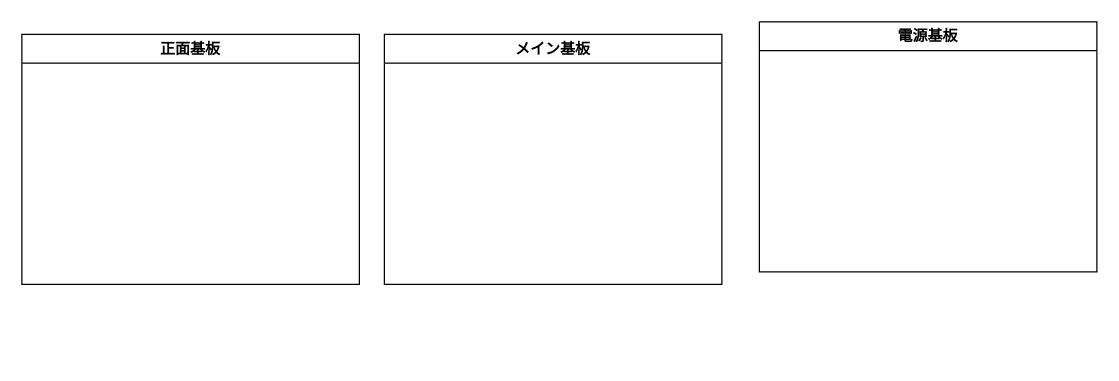
shuji4649/drawio keeps this draw.io diagram as NagoyaDiagram.drawio. Above is the earlier version. Source tidied: cells renumbered, new cells numbered last; positions are measured from the earlier drawing's top-left corner, leaving out a move shared by most shapes. Both pictures are drawn from the tidied source at 125%, with x=0, y=0 at pixel (21, 21).
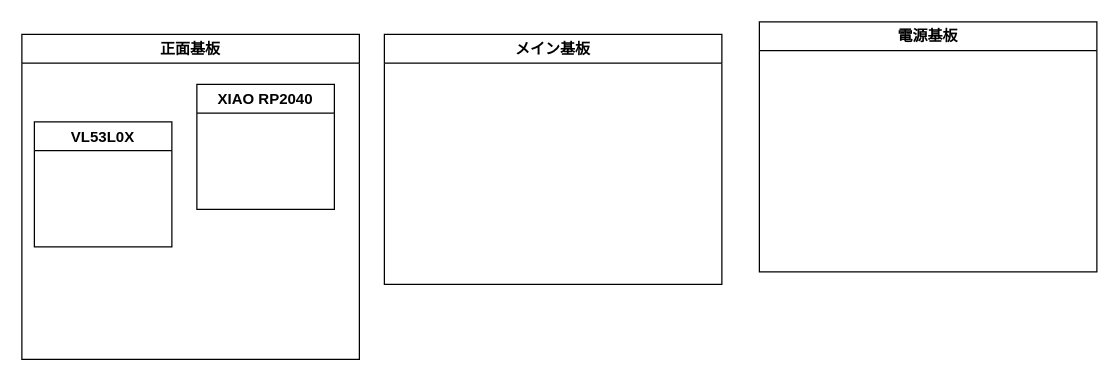
The same diagram, later.

Commit message (it also covers changes not shown here):
NagoyaDiagram.drawio を更新します

The edit, as a diff of the source:
```diff
@@
 <mxGraphModel>
   <root>
     <mxCell id="0" />
     <mxCell id="1" parent="0" />
     <mxCell id="2" value="メイン基板" style="swimlane;whiteSpace=wrap;html=1;" parent="1" vertex="1">
       <mxGeometry x="290" y="10" width="270" height="200" as="geometry" />
     </mxCell>
     <mxCell id="3" value="電源基板" style="swimlane;whiteSpace=wrap;html=1;" parent="1" vertex="1">
       <mxGeometry x="590" width="270" height="200" as="geometry" />
     </mxCell>
     <mxCell id="4" value="正面基板" style="swimlane;whiteSpace=wrap;html=1;" parent="1" vertex="1">
-      <mxGeometry y="10" width="270" height="200" as="geometry" />
+      <mxGeometry y="10" width="270" height="260" as="geometry" />
     </mxCell>
+    <mxCell id="5" value="XIAO RP2040" style="swimlane;" parent="4" vertex="1">
+      <mxGeometry x="140" y="40" width="110" height="100" as="geometry" />
+    </mxCell>
+    <mxCell id="6" value="VL53L0X" style="swimlane;" parent="4" vertex="1">
+      <mxGeometry x="10" y="70" width="110" height="100" as="geometry" />
+    </mxCell>
   </root>
 </mxGraphModel>
```
